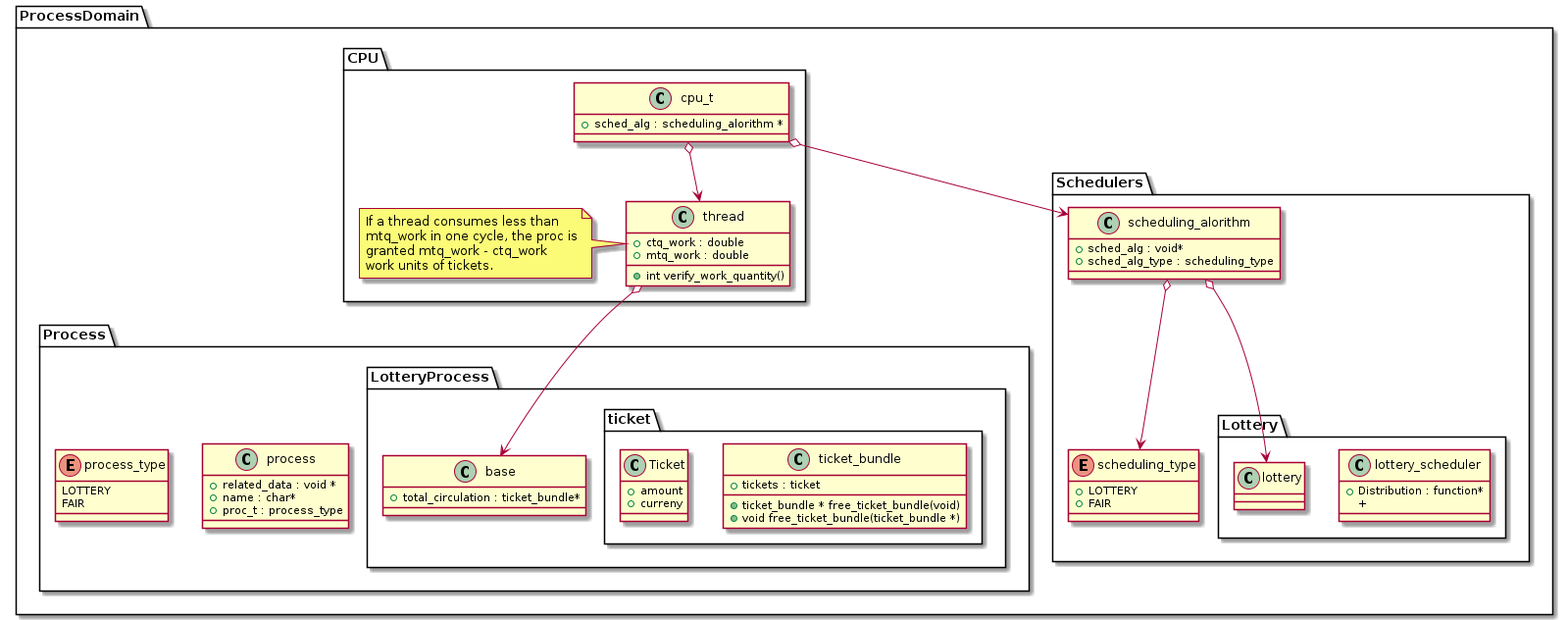
millipedes/Scheduling-Simulator keeps this PlantUML diagram as documentation/uml_figure.png. Above is the earlier version.
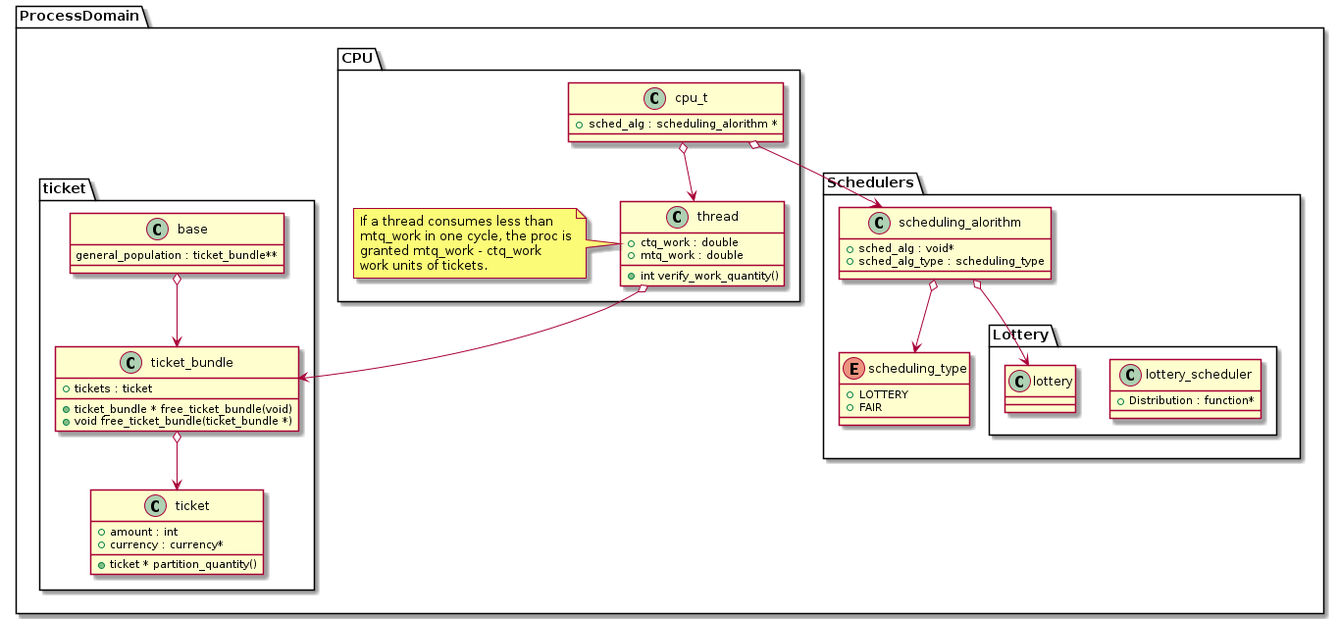
After the commit.

Change to the diagram source:
```diff
@@ -9,7 +9,6 @@
     package Lottery {
       class lottery_scheduler {
         {field} + Distribution : function*
-        {field} +
       }
 
       class lottery {
@@ -34,43 +33,33 @@
     note left of thread: If a thread consumes less than\nmtq_work in one cycle, the proc is\ngranted mtq_work - ctq_work\nwork units of tickets.
   }
 
-  package Process {
-    class process {
-      {field} + related_data : void *
-      {field} + name : char*
-      {field} + proc_t : process_type
+  package ticket {
+    class ticket_bundle {
+       {field} + tickets : ticket
+      {method} + ticket_bundle * free_ticket_bundle(void)
+      {method} + void free_ticket_bundle(ticket_bundle *)
     }
-    enum process_type {
-      LOTTERY
-      FAIR
+    class ticket {
+       {field} + amount : int
+       {field} + currency : currency*
+      {method} + ticket * partition_quantity()
     }
-    package LotteryProcess {
-      class base {
-        {field} + total_circulation : ticket_bundle*
-      }
-      package ticket {
-        class ticket_bundle {
-           {field} + tickets : ticket
-          {method} + ticket_bundle * free_ticket_bundle(void)
-          {method} + void free_ticket_bundle(ticket_bundle *)
-        }
-        class Ticket {
-          {field} + amount
-          {field} + curreny
-        }
-      }
+
+    class base {
+      {field} general_population : ticket_bundle**
     }
   }
 }
 
 cpu_t  o--> thread
 cpu_t  o--> scheduling_alorithm
-thread o--> base
 
+thread o--> ticket_bundle
+ticket_bundle o--> ticket
+base o--> ticket_bundle
 
 scheduling_alorithm o--> lottery
 scheduling_alorithm o--> scheduling_type
 
 
-
 @enduml
```
